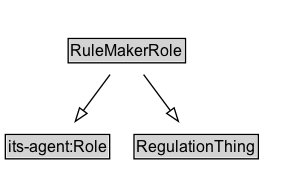
Above: docs/diagrams/RuleMakerRole.dot.png in k-vaughn/ontology-its-regulation (Graphviz), before the change. Its source is kept beside it as docs/diagrams/RuleMakerRole.dot.
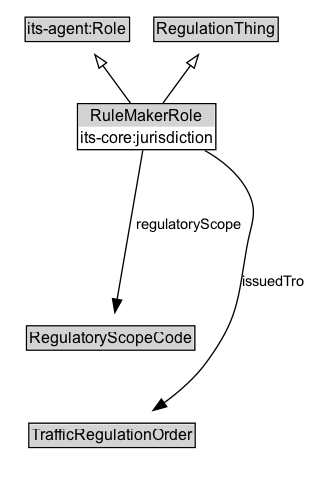
The same diagram one commit later.

Change to the diagram source:
```diff
@@ -2,16 +2,28 @@
 	graph [overlap=false rankdir=TB splines=true]
 	node [fontname=Arial fontsize=12 margin=0 shape=none]
 	edge [fontname=Arial fontsize=11]
-	RuleMakerRole [label=<<TABLE BORDER="1" CELLBORDER="0" CELLSPACING="0" CELLPADDING="1"><TR><TD BGCOLOR="lightgray" ALIGN="CENTER">RuleMakerRole</TD></TR></TABLE>> URL="../RuleMakerRole" margin=0]
+	{
+		rank=source
+		"its-agent_Role" [label=<<TABLE BORDER="1" CELLBORDER="0" CELLSPACING="0" CELLPADDING="1"><TR><TD BGCOLOR="lightgray" ALIGN="CENTER">its-agent:Role</TD></TR></TABLE>> URL="https://w3id.org/itsdata/agent/v1/Role" margin=0]
+		RegulationThing [label=<<TABLE BORDER="1" CELLBORDER="0" CELLSPACING="0" CELLPADDING="1"><TR><TD BGCOLOR="lightgray" ALIGN="CENTER">RegulationThing</TD></TR></TABLE>> URL="../RegulationThing" margin=0]
+	}
+	RuleMakerRole [label=<<TABLE BORDER="1" CELLBORDER="0" CELLSPACING="0" CELLPADDING="1"><TR><TD BGCOLOR="lightgray" ALIGN="CENTER">RuleMakerRole</TD></TR><TR><TD ALIGN="LEFT">its-core:jurisdiction</TD></TR></TABLE>> URL="../RuleMakerRole" margin=0]
 	{
 		rank=max
 	}
 	subgraph cluster_associated {
 		label="" style=invis
 		Invis [label=<<TABLE BORDER="0" CELLBORDER="0" CELLSPACING="0" CELLPADDING="1"><TR><TD></TD></TR></TABLE>> margin=0 style=invis]
+		RegulatoryScopeCode [label=<<TABLE BORDER="1" CELLBORDER="0" CELLSPACING="0" CELLPADDING="1"><TR><TD BGCOLOR="lightgray" ALIGN="CENTER">RegulatoryScopeCode</TD></TR></TABLE>> URL="../RegulatoryScopeCode" margin=0]
+		TrafficRegulationOrder [label=<<TABLE BORDER="1" CELLBORDER="0" CELLSPACING="0" CELLPADDING="1"><TR><TD BGCOLOR="lightgray" ALIGN="CENTER">TrafficRegulationOrder</TD></TR></TABLE>> URL="../TrafficRegulationOrder" margin=0]
 	}
-	"its-agent_Role" [label=<<TABLE BORDER="1" CELLBORDER="0" CELLSPACING="0" CELLPADDING="1"><TR><TD BGCOLOR="lightgray" ALIGN="CENTER">its-agent:Role</TD></TR></TABLE>> URL="https://w3id.org/itsdata/agent/v1/Role" margin=0]
 	RuleMakerRole -> "its-agent_Role" [arrowhead=onormal style=solid]
-	RegulationThing [label=<<TABLE BORDER="1" CELLBORDER="0" CELLSPACING="0" CELLPADDING="1"><TR><TD BGCOLOR="lightgray" ALIGN="CENTER">RegulationThing</TD></TR></TABLE>> URL="../RegulationThing" margin=0]
 	RuleMakerRole -> RegulationThing [arrowhead=onormal style=solid]
+	RuleMakerRole -> Invis [style=invis]
+	Invis -> RegulatoryScopeCode [style=invis]
+	RegulatoryScopeCode -> TrafficRegulationOrder [style=invis]
+	TrafficRegulationOrder [label=<<TABLE BORDER="1" CELLBORDER="0" CELLSPACING="0" CELLPADDING="1"><TR><TD BGCOLOR="lightgray" ALIGN="CENTER">TrafficRegulationOrder</TD></TR></TABLE>> URL="../TrafficRegulationOrder" margin=0]
+	RuleMakerRole -> TrafficRegulationOrder [label=issuedTro arrowhead=normal style=solid]
+	RegulatoryScopeCode [label=<<TABLE BORDER="1" CELLBORDER="0" CELLSPACING="0" CELLPADDING="1"><TR><TD BGCOLOR="lightgray" ALIGN="CENTER">RegulatoryScopeCode</TD></TR></TABLE>> URL="../RegulatoryScopeCode" margin=0]
+	RuleMakerRole -> RegulatoryScopeCode [label=regulatoryScope arrowhead=normal style=solid]
 }
```
